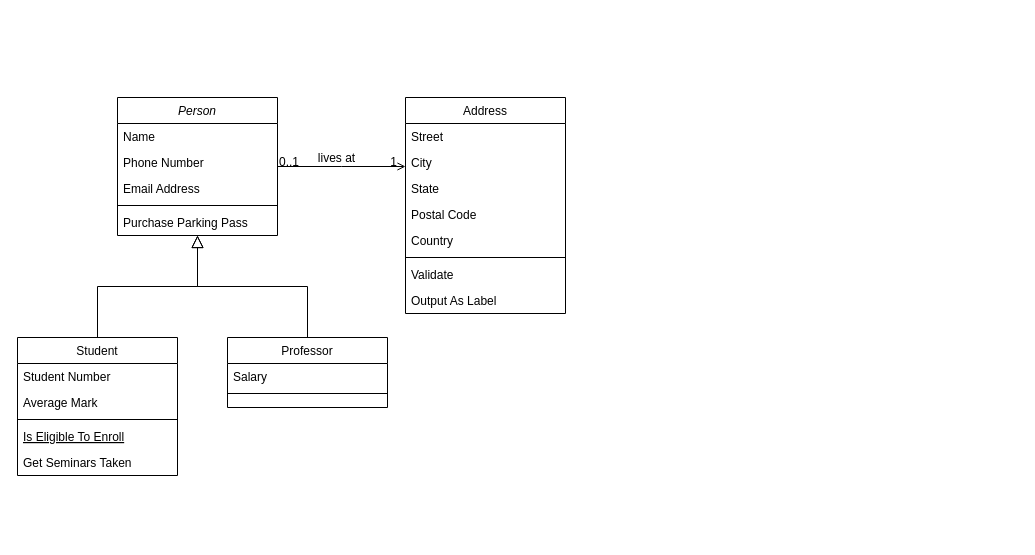
This is Diagramme sans nom.drawio from NicolasNegrier/planningV2, a draw.io file, before an edit. Source tidied: cells renumbered, new cells numbered last; positions are measured from the earlier drawing's top-left corner, leaving out a move shared by most shapes. Both pictures are drawn from the tidied source at 100%, with x=0, y=0 at pixel (17, 97).
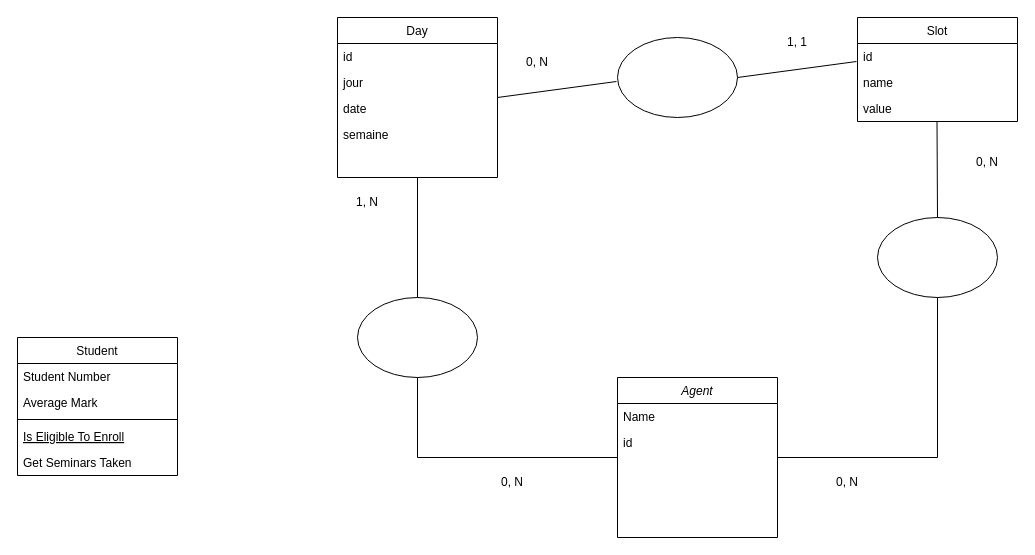
The same page after the edit.

Commit message:
Mettre à jour Diagramme sans nom.drawio

Unchanged cells that the change refers to:
```xml
<mxCell id="8" value="Student" style="swimlane;fontStyle=0;align=center;verticalAlign=top;horizontal=1;startSize=26;rounded=0;shadow=0;strokeWidth=1;" parent="1" vertex="1">
  <mxGeometry y="240" width="160" height="138" as="geometry" />
</mxCell>
```

Change to the diagram source:
```diff
@@
-    <mxCell id="2" value="Person" style="swimlane;fontStyle=2;align=center;verticalAlign=top;horizontal=1;startSize=26;rounded=0;shadow=0;strokeWidth=1;" parent="1" vertex="1">
-      <mxGeometry x="100" width="160" height="138" as="geometry" />
+    <mxCell id="2" value="Agent" style="swimlane;fontStyle=2;align=center;verticalAlign=top;horizontal=1;startSize=26;rounded=0;shadow=0;strokeWidth=1;" parent="1" vertex="1">
+      <mxGeometry x="600" y="280" width="160" height="160" as="geometry" />
     </mxCell>
@@
-    <mxCell id="4" value="Phone Number" style="text;align=left;verticalAlign=top;spacingLeft=4;spacingRight=4;overflow=hidden;rounded=0;shadow=0;html=0;" parent="2" vertex="1">
+    <mxCell id="4" value="id" style="text;align=left;verticalAlign=top;spacingLeft=4;spacingRight=4;overflow=hidden;rounded=0;shadow=0;html=0;" parent="2" vertex="1">
       <mxGeometry y="52" width="160" height="26" as="geometry" />
     </mxCell>
-    <mxCell id="5" value="Email Address" style="text;align=left;verticalAlign=top;spacingLeft=4;spacingRight=4;overflow=hidden;rounded=0;shadow=0;html=0;" parent="2" vertex="1">
-      <mxGeometry y="78" width="160" height="26" as="geometry" />
-    </mxCell>
-    <mxCell id="6" style="line;html=1;strokeWidth=1;align=left;verticalAlign=middle;spacingTop=-1;spacingLeft=3;spacingRight=3;labelPosition=right;" parent="2" vertex="1">
-      <mxGeometry y="104" width="160" height="8" as="geometry" />
-    </mxCell>
-    <mxCell id="7" value="Purchase Parking Pass" style="text;align=left;verticalAlign=top;spacingLeft=4;spacingRight=4;overflow=hidden;" parent="2" vertex="1">
-      <mxGeometry y="112" width="160" height="26" as="geometry" />
-    </mxCell>
@@
-    <mxCell id="14" style="endArrow=block;endSize=10;endFill=0;shadow=0;strokeWidth=1;rounded=0;edgeStyle=elbowEdgeStyle;elbow=vertical;" parent="1" edge="1" source="8" target="2">
-      <mxGeometry relative="1" as="geometry" />
-    </mxCell>
-    <mxCell id="15" value="Professor" style="swimlane;fontStyle=0;align=center;verticalAlign=top;horizontal=1;startSize=26;rounded=0;shadow=0;strokeWidth=1;" parent="1" vertex="1">
-      <mxGeometry x="210" y="240" width="160" height="70" as="geometry" />
+    <mxCell id="15" value="Slot" style="swimlane;fontStyle=0;align=center;verticalAlign=top;horizontal=1;startSize=26;rounded=0;shadow=0;strokeWidth=1;" parent="1" vertex="1">
+      <mxGeometry x="840" y="-80" width="160" height="104" as="geometry" />
     </mxCell>
-    <mxCell id="16" value="Salary" style="text;align=left;verticalAlign=top;spacingLeft=4;spacingRight=4;overflow=hidden;" parent="15" vertex="1">
+    <mxCell id="16" value="id" style="text;align=left;verticalAlign=top;spacingLeft=4;spacingRight=4;overflow=hidden;" parent="15" vertex="1">
       <mxGeometry y="26" width="160" height="26" as="geometry" />
     </mxCell>
-    <mxCell id="17" style="line;html=1;strokeWidth=1;align=left;verticalAlign=middle;spacingTop=-1;spacingLeft=3;spacingRight=3;labelPosition=right;" parent="15" vertex="1">
-      <mxGeometry y="52" width="160" height="8" as="geometry" />
-    </mxCell>
-    <mxCell id="18" style="endArrow=block;endSize=10;endFill=0;shadow=0;strokeWidth=1;rounded=0;edgeStyle=elbowEdgeStyle;elbow=vertical;" parent="1" edge="1" source="15" target="2">
-      <mxGeometry relative="1" as="geometry" />
-    </mxCell>
+    <mxCell id="32" value="name" style="text;align=left;verticalAlign=top;spacingLeft=4;spacingRight=4;overflow=hidden;" parent="15" vertex="1">
+      <mxGeometry y="52" width="160" height="26" as="geometry" />
+    </mxCell>
+    <mxCell id="33" value="value" style="text;align=left;verticalAlign=top;spacingLeft=4;spacingRight=4;overflow=hidden;" parent="15" vertex="1">
+      <mxGeometry y="78" width="160" height="26" as="geometry" />
+    </mxCell>
-    <mxCell id="19" value="Address" style="swimlane;fontStyle=0;align=center;verticalAlign=top;horizontal=1;startSize=26;rounded=0;shadow=0;strokeWidth=1;" parent="1" vertex="1">
-      <mxGeometry x="388" width="160" height="216" as="geometry" />
+    <mxCell id="19" value="Day" style="swimlane;fontStyle=0;align=center;verticalAlign=top;horizontal=1;startSize=26;rounded=0;shadow=0;strokeWidth=1;" parent="1" vertex="1">
+      <mxGeometry x="320" y="-80" width="160" height="160" as="geometry" />
     </mxCell>
-    <mxCell id="20" value="Street" style="text;align=left;verticalAlign=top;spacingLeft=4;spacingRight=4;overflow=hidden;" parent="19" vertex="1">
+    <mxCell id="20" value="id" style="text;align=left;verticalAlign=top;spacingLeft=4;spacingRight=4;overflow=hidden;" parent="19" vertex="1">
       <mxGeometry y="26" width="160" height="26" as="geometry" />
     </mxCell>
-    <mxCell id="21" value="City" style="text;align=left;verticalAlign=top;spacingLeft=4;spacingRight=4;overflow=hidden;rounded=0;shadow=0;html=0;" parent="19" vertex="1">
+    <mxCell id="21" value="jour" style="text;align=left;verticalAlign=top;spacingLeft=4;spacingRight=4;overflow=hidden;rounded=0;shadow=0;html=0;" parent="19" vertex="1">
       <mxGeometry y="52" width="160" height="26" as="geometry" />
     </mxCell>
-    <mxCell id="22" value="State" style="text;align=left;verticalAlign=top;spacingLeft=4;spacingRight=4;overflow=hidden;rounded=0;shadow=0;html=0;" parent="19" vertex="1">
+    <mxCell id="22" value="date" style="text;align=left;verticalAlign=top;spacingLeft=4;spacingRight=4;overflow=hidden;rounded=0;shadow=0;html=0;" parent="19" vertex="1">
       <mxGeometry y="78" width="160" height="26" as="geometry" />
     </mxCell>
-    <mxCell id="23" value="Postal Code" style="text;align=left;verticalAlign=top;spacingLeft=4;spacingRight=4;overflow=hidden;rounded=0;shadow=0;html=0;" parent="19" vertex="1">
+    <mxCell id="23" value="semaine" style="text;align=left;verticalAlign=top;spacingLeft=4;spacingRight=4;overflow=hidden;rounded=0;shadow=0;html=0;" parent="19" vertex="1">
       <mxGeometry y="104" width="160" height="26" as="geometry" />
     </mxCell>
-    <mxCell id="24" value="Country" style="text;align=left;verticalAlign=top;spacingLeft=4;spacingRight=4;overflow=hidden;rounded=0;shadow=0;html=0;" parent="19" vertex="1">
-      <mxGeometry y="130" width="160" height="26" as="geometry" />
-    </mxCell>
-    <mxCell id="25" style="line;html=1;strokeWidth=1;align=left;verticalAlign=middle;spacingTop=-1;spacingLeft=3;spacingRight=3;labelPosition=right;" parent="19" vertex="1">
-      <mxGeometry y="156" width="160" height="8" as="geometry" />
-    </mxCell>
-    <mxCell id="26" value="Validate" style="text;align=left;verticalAlign=top;spacingLeft=4;spacingRight=4;overflow=hidden;" parent="19" vertex="1">
-      <mxGeometry y="164" width="160" height="26" as="geometry" />
-    </mxCell>
-    <mxCell id="27" value="Output As Label" style="text;align=left;verticalAlign=top;spacingLeft=4;spacingRight=4;overflow=hidden;" parent="19" vertex="1">
-      <mxGeometry y="190" width="160" height="26" as="geometry" />
-    </mxCell>
-    <mxCell id="28" style="endArrow=open;shadow=0;strokeWidth=1;rounded=0;endFill=1;edgeStyle=elbowEdgeStyle;elbow=vertical;" parent="1" edge="1" source="2" target="19">
-      <mxGeometry x="0.5" y="41" relative="1" as="geometry">
-        <mxPoint x="-40" y="32" as="offset" />
-      </mxGeometry>
-    </mxCell>
-    <mxCell id="29" value="0..1" style="align=left;verticalAlign=bottom;labelBackgroundColor=none;fontSize=12;" parent="28" vertex="1">
-      <mxGeometry x="-1" relative="1" as="geometry">
-        <mxPoint y="4" as="offset" />
-      </mxGeometry>
-    </mxCell>
-    <mxCell id="30" value="1" style="align=right;verticalAlign=bottom;labelBackgroundColor=none;fontSize=12;" parent="28" vertex="1">
-      <mxGeometry x="1" relative="1" as="geometry">
-        <mxPoint x="-7" y="4" as="offset" />
-      </mxGeometry>
-    </mxCell>
-    <mxCell id="31" value="lives at" style="text;html=1;align=center;verticalAlign=middle;labelBackgroundColor=none;rounded=0;shadow=0;strokeWidth=1;fontSize=12;" parent="28" vertex="1">
-      <mxGeometry x="0.5" y="49" relative="1" as="geometry">
-        <mxPoint x="-38" y="40" as="offset" />
-      </mxGeometry>
-    </mxCell>
+    <mxCell id="34" style="ellipse;whiteSpace=wrap;html=1;" parent="1" vertex="1">
+      <mxGeometry x="860" y="120" width="120" height="80" as="geometry" />
+    </mxCell>
+    <mxCell id="35" style="ellipse;whiteSpace=wrap;html=1;" parent="1" vertex="1">
+      <mxGeometry x="340" y="200" width="120" height="80" as="geometry" />
+    </mxCell>
+    <mxCell id="36" style="endArrow=none;html=1;rounded=0;entryX=0;entryY=0.5;entryDx=0;entryDy=0;exitX=0.5;exitY=1;exitDx=0;exitDy=0;" parent="1" edge="1" source="35" target="2">
+      <mxGeometry relative="1" as="geometry">
+        <Array as="points">
+          <mxPoint x="400" y="360" />
+        </Array>
+      </mxGeometry>
+    </mxCell>
+    <mxCell id="37" style="endArrow=none;html=1;rounded=0;exitX=0.5;exitY=0;exitDx=0;exitDy=0;" parent="1" edge="1" source="35">
+      <mxGeometry relative="1" as="geometry">
+        <mxPoint x="400" y="80" as="targetPoint" />
+        <Array as="points">
+          <mxPoint x="400" y="80" />
+        </Array>
+      </mxGeometry>
+    </mxCell>
+    <mxCell id="38" style="endArrow=none;html=1;rounded=0;exitX=0.5;exitY=0;exitDx=0;exitDy=0;" parent="1" edge="1" source="34">
+      <mxGeometry relative="1" as="geometry">
+        <mxPoint x="919.5" y="24" as="targetPoint" />
+        <Array as="points">
+          <mxPoint x="919.5" y="24" />
+        </Array>
+      </mxGeometry>
+    </mxCell>
+    <mxCell id="39" style="endArrow=none;html=1;rounded=0;entryX=1;entryY=0.5;entryDx=0;entryDy=0;exitX=0.5;exitY=1;exitDx=0;exitDy=0;" parent="1" edge="1" source="34" target="2">
+      <mxGeometry relative="1" as="geometry">
+        <Array as="points">
+          <mxPoint x="920" y="360" />
+        </Array>
+      </mxGeometry>
+    </mxCell>
+    <mxCell id="40" style="ellipse;whiteSpace=wrap;html=1;" parent="1" vertex="1">
+      <mxGeometry x="600" y="-60" width="120" height="80" as="geometry" />
+    </mxCell>
+    <mxCell id="41" style="endArrow=none;html=1;rounded=0;exitX=1;exitY=0.5;exitDx=0;exitDy=0;" parent="1" edge="1" source="19">
+      <mxGeometry relative="1" as="geometry">
+        <mxPoint x="599" y="-16" as="targetPoint" />
+        <Array as="points">
+          <mxPoint x="599" y="-16" />
+        </Array>
+      </mxGeometry>
+    </mxCell>
+    <mxCell id="42" style="endArrow=none;html=1;rounded=0;exitX=1;exitY=0.5;exitDx=0;exitDy=0;" parent="1" edge="1">
+      <mxGeometry relative="1" as="geometry">
+        <mxPoint x="720" y="-20" as="sourcePoint" />
+        <mxPoint x="839" y="-36" as="targetPoint" />
+        <Array as="points">
+          <mxPoint x="839" y="-36" />
+        </Array>
+      </mxGeometry>
+    </mxCell>
+    <mxCell id="43" value="0, N" style="text;html=1;strokeColor=none;fillColor=none;align=center;verticalAlign=middle;whiteSpace=wrap;rounded=0;" parent="1" vertex="1">
+      <mxGeometry x="465" y="370" width="60" height="30" as="geometry" />
+    </mxCell>
+    <mxCell id="44" value="0, N" style="text;html=1;strokeColor=none;fillColor=none;align=center;verticalAlign=middle;whiteSpace=wrap;rounded=0;" parent="1" vertex="1">
+      <mxGeometry x="800" y="370" width="60" height="30" as="geometry" />
+    </mxCell>
+    <mxCell id="45" value="0, N" style="text;html=1;strokeColor=none;fillColor=none;align=center;verticalAlign=middle;whiteSpace=wrap;rounded=0;" parent="1" vertex="1">
+      <mxGeometry x="940" y="50" width="60" height="30" as="geometry" />
+    </mxCell>
+    <mxCell id="46" value="1, N" style="text;html=1;strokeColor=none;fillColor=none;align=center;verticalAlign=middle;whiteSpace=wrap;rounded=0;" parent="1" vertex="1">
+      <mxGeometry x="320" y="90" width="60" height="30" as="geometry" />
+    </mxCell>
+    <mxCell id="47" value="0, N" style="text;html=1;strokeColor=none;fillColor=none;align=center;verticalAlign=middle;whiteSpace=wrap;rounded=0;" parent="1" vertex="1">
+      <mxGeometry x="490" y="-50" width="60" height="30" as="geometry" />
+    </mxCell>
+    <mxCell id="48" value="1, 1" style="text;html=1;strokeColor=none;fillColor=none;align=center;verticalAlign=middle;whiteSpace=wrap;rounded=0;" parent="1" vertex="1">
+      <mxGeometry x="750" y="-70" width="60" height="30" as="geometry" />
+    </mxCell>
```
